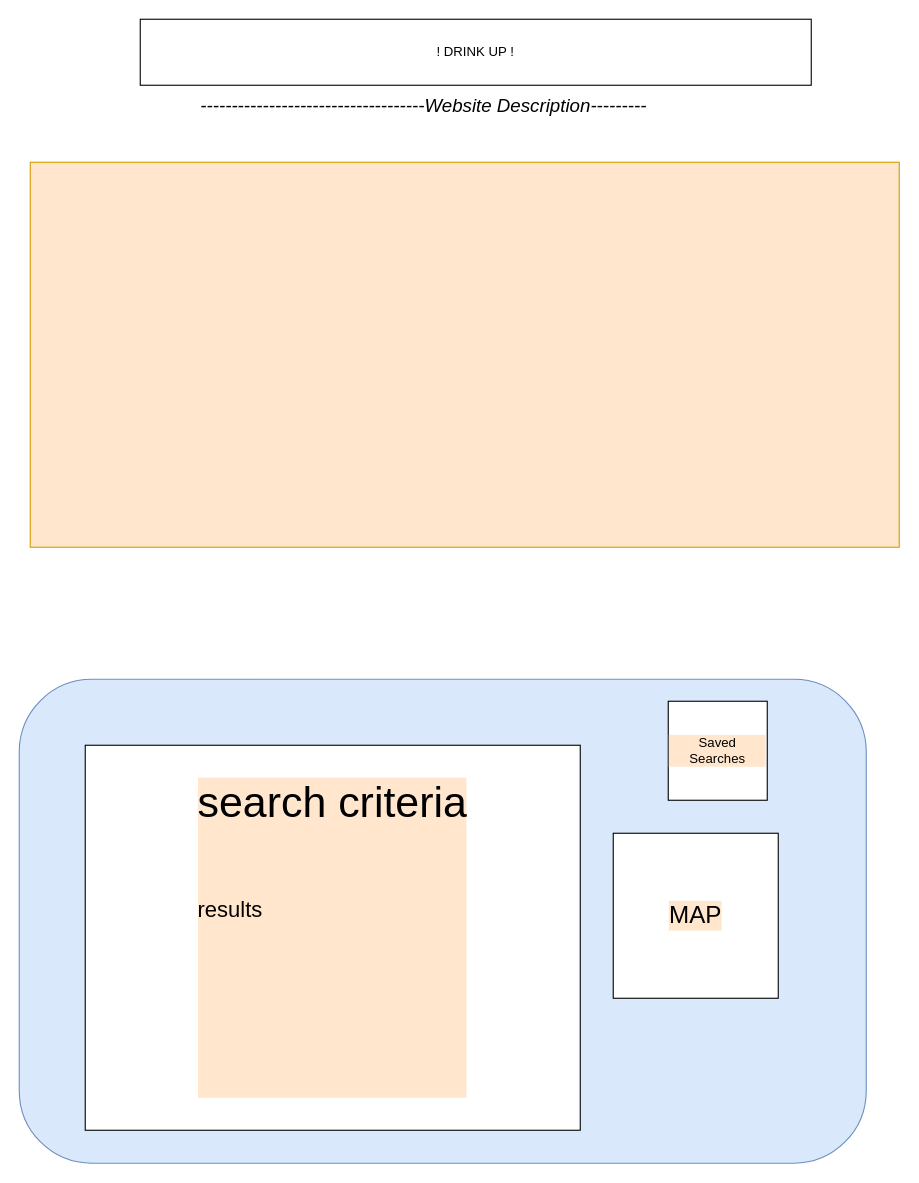
The draw.io diagram page "Page-1" (1 of 3) of Project 1 page layout.drawio in aH4nn4-56/project1, before the edit. Source tidied: cells renumbered, new cells numbered last; positions are measured from the earlier drawing's top-left corner, leaving out a move shared by most shapes. Both pictures are drawn from the tidied source at 110%, with x=0, y=0 at pixel (19, 19).
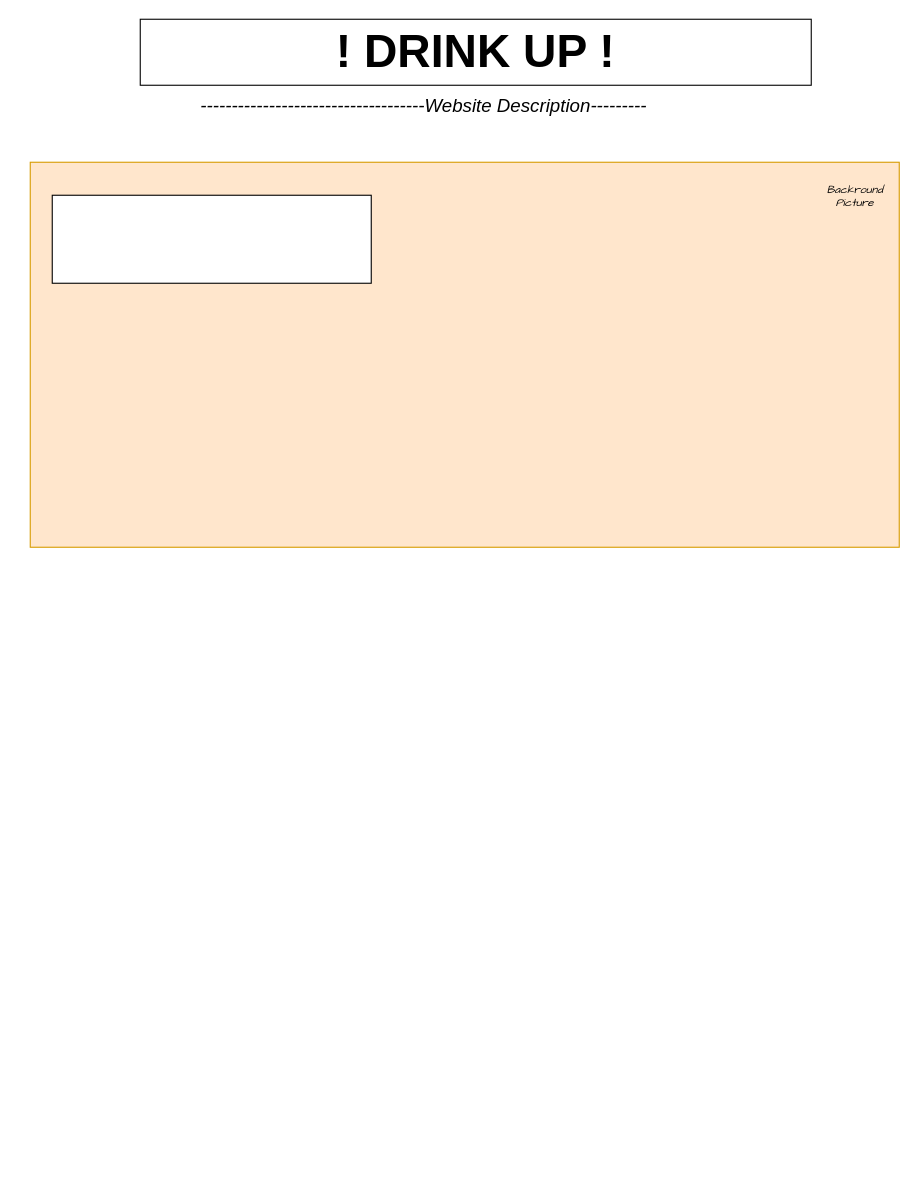
The same diagram, later.

The edit, as a diff of the source:
```diff
@@
 <mxGraphModel>
   <root>
     <mxCell id="0" />
     <mxCell id="1" parent="0" />
-    <mxCell id="2" value="! DRINK UP !" style="rounded=0;whiteSpace=wrap;html=1;" parent="1" vertex="1">
+    <mxCell id="2" value="&lt;font style=&quot;font-size: 42px&quot;&gt;&lt;b&gt;! DRINK UP !&lt;/b&gt;&lt;/font&gt;" style="rounded=0;whiteSpace=wrap;html=1;" parent="1" vertex="1">
       <mxGeometry x="110" width="610" height="60" as="geometry" />
     </mxCell>
     <mxCell id="3" style="rounded=0;whiteSpace=wrap;html=1;labelBackgroundColor=#FFE6CC;fillColor=#ffe6cc;strokeColor=#d79b00;" parent="1" vertex="1">
       <mxGeometry x="10" y="130" width="790" height="350" as="geometry" />
     </mxCell>
     <mxCell id="4" value="&lt;span style=&quot;font-size: 17px&quot;&gt;&lt;i&gt;&amp;nbsp;------------------------------------Website Description---------&lt;/i&gt;&lt;/span&gt;" style="text;html=1;align=center;verticalAlign=middle;fontColor=none;" parent="1" vertex="1">
       <mxGeometry x="150" y="70" width="430" height="20" as="geometry" />
     </mxCell>
-    <mxCell id="5" style="rounded=1;whiteSpace=wrap;html=1;labelBackgroundColor=#FFE6CC;fillColor=#dae8fc;strokeColor=#6c8ebf;" parent="1" vertex="1">
-      <mxGeometry y="600" width="770" height="440" as="geometry" />
-    </mxCell>
-    <mxCell id="6" value="Saved Searches" style="whiteSpace=wrap;html=1;labelBackgroundColor=#FFE6CC;gradientColor=none;fontColor=none;" parent="1" vertex="1">
-      <mxGeometry x="590" y="620" width="90" height="90" as="geometry" />
-    </mxCell>
-    <mxCell id="7" value="&lt;div style=&quot;text-align: justify ; font-size: 39px&quot;&gt;&lt;font style=&quot;font-size: 39px&quot;&gt;search criteria&lt;/font&gt;&lt;/div&gt;&lt;div style=&quot;text-align: justify ; font-size: 39px&quot;&gt;&lt;br&gt;&lt;/div&gt;&lt;div style=&quot;text-align: justify&quot;&gt;&lt;br&gt;&lt;/div&gt;&lt;div style=&quot;text-align: justify&quot;&gt;&lt;font style=&quot;font-size: 20px&quot;&gt;results&lt;/font&gt;&lt;/div&gt;&lt;div style=&quot;text-align: justify&quot;&gt;&lt;br&gt;&lt;/div&gt;&lt;div style=&quot;text-align: justify&quot;&gt;&lt;br&gt;&lt;/div&gt;&lt;div style=&quot;text-align: justify&quot;&gt;&lt;br&gt;&lt;/div&gt;&lt;div style=&quot;text-align: justify&quot;&gt;&lt;br&gt;&lt;/div&gt;&lt;div style=&quot;text-align: justify&quot;&gt;&lt;br&gt;&lt;/div&gt;&lt;div style=&quot;text-align: justify&quot;&gt;&lt;br&gt;&lt;/div&gt;&lt;div style=&quot;text-align: justify&quot;&gt;&lt;br&gt;&lt;/div&gt;&lt;div style=&quot;text-align: justify&quot;&gt;&lt;br&gt;&lt;/div&gt;&lt;div style=&quot;text-align: justify&quot;&gt;&lt;br&gt;&lt;/div&gt;&lt;div style=&quot;text-align: justify&quot;&gt;&lt;br&gt;&lt;/div&gt;&lt;div style=&quot;text-align: justify&quot;&gt;&lt;br&gt;&lt;/div&gt;" style="rounded=0;whiteSpace=wrap;html=1;labelBackgroundColor=#FFE6CC;gradientColor=none;fontColor=none;labelPosition=center;verticalLabelPosition=middle;align=center;verticalAlign=middle;" parent="1" vertex="1">
-      <mxGeometry x="60" y="660" width="450" height="350" as="geometry" />
-    </mxCell>
-    <mxCell id="8" value="&lt;font style=&quot;font-size: 22px&quot;&gt;MAP&lt;/font&gt;" style="whiteSpace=wrap;html=1;labelBackgroundColor=#FFE6CC;gradientColor=none;fontColor=none;" parent="1" vertex="1">
-      <mxGeometry x="540" y="740" width="150" height="150" as="geometry" />
-    </mxCell>
+    <mxCell id="9" value="Backround Picture" style="text;html=1;strokeColor=none;fillColor=none;align=center;verticalAlign=middle;whiteSpace=wrap;rounded=0;labelBackgroundColor=none;fontSize=10;fontColor=none;fontStyle=2;fontFamily=Comic Sans MS;" parent="1" vertex="1">
+      <mxGeometry x="740" y="150" width="40" height="20" as="geometry" />
+    </mxCell>
+    <mxCell id="10" style="rounded=0;whiteSpace=wrap;html=1;labelBackgroundColor=none;gradientColor=none;fontFamily=Helvetica;fontSize=23;fontColor=none;" parent="1" vertex="1">
+      <mxGeometry x="30" y="160" width="290" height="80" as="geometry" />
+    </mxCell>
   </root>
 </mxGraphModel>
```
